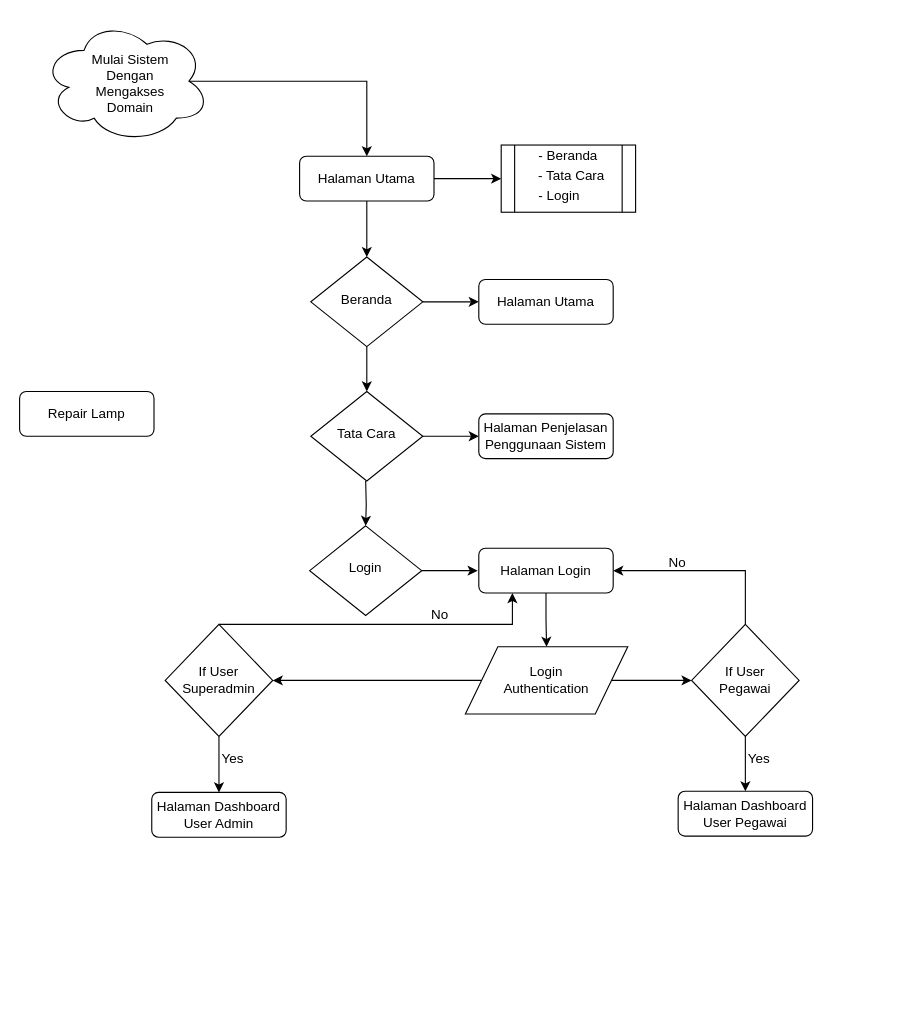
Earlier version of the draw.io diagram Untitled Diagram.drawio (gjhack13/simpegalgorithm). Source tidied: cells renumbered, new cells numbered last; positions are measured from the earlier drawing's top-left corner, leaving out a move shared by most shapes. Both pictures are drawn from the tidied source at 112%, with x=0, y=0 at pixel (19, 19).
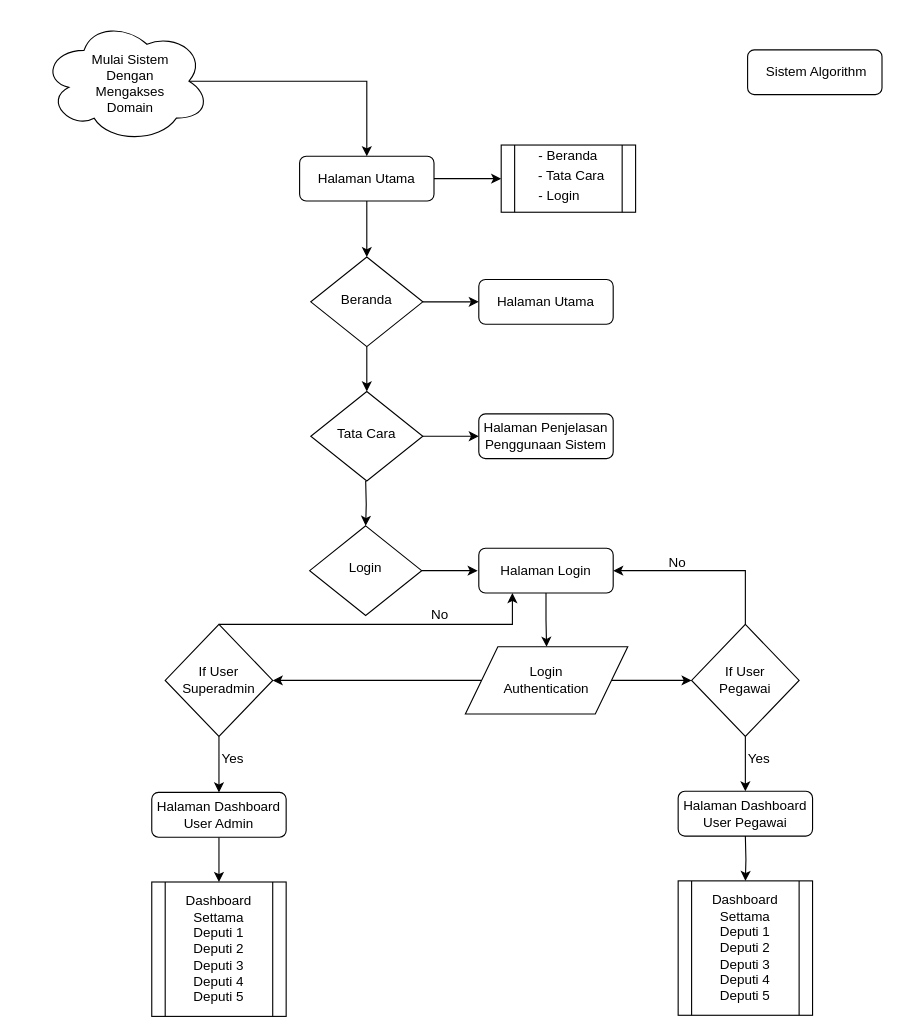
The same diagram, later.

Commit message:
Pembuatan alur algorithm Superadmin dan Pegawai

The change refers to these unchanged cells:
```xml
<mxCell id="36" value="Halaman Dashboard User Admin" style="rounded=1;whiteSpace=wrap;html=1;fontSize=12;glass=0;strokeWidth=1;shadow=0;" parent="1" vertex="1">
  <mxGeometry x="118" y="690" width="120" height="40" as="geometry" />
</mxCell>
```

Change to the diagram source:
```diff
@@
-    <mxCell id="11" value="Repair Lamp" style="rounded=1;whiteSpace=wrap;html=1;fontSize=12;glass=0;strokeWidth=1;shadow=0;" parent="1" vertex="1">
-      <mxGeometry y="332" width="120" height="40" as="geometry" />
+    <mxCell id="11" value="&amp;nbsp;Sistem Algorithm" style="rounded=1;whiteSpace=wrap;html=1;fontSize=12;glass=0;strokeWidth=1;shadow=0;" parent="1" vertex="1">
+      <mxGeometry x="650" y="27" width="120" height="40" as="geometry" />
     </mxCell>
@@
+    <mxCell id="40" style="edgeStyle=orthogonalEdgeStyle;rounded=0;jettySize=auto;html=1;exitX=0.5;exitY=1;exitDx=0;exitDy=0;entryX=0.5;entryY=0;entryDx=0;entryDy=0;" parent="1" edge="1" source="36" target="41">
+      <mxGeometry relative="1" as="geometry" />
+    </mxCell>
@@
+    <mxCell id="41" value="Dashboard&lt;br&gt;Settama&lt;br&gt;Deputi 1&lt;br&gt;Deputi 2&lt;br&gt;Deputi 3&lt;br&gt;Deputi 4&lt;br&gt;Deputi 5" style="shape=process;whiteSpace=wrap;html=1;backgroundOutline=1;" parent="1" vertex="1">
+      <mxGeometry x="118" y="770" width="120" height="120" as="geometry" />
+    </mxCell>
+    <mxCell id="42" style="edgeStyle=orthogonalEdgeStyle;rounded=0;jettySize=auto;html=1;exitX=0.5;exitY=1;exitDx=0;exitDy=0;entryX=0.5;entryY=0;entryDx=0;entryDy=0;" parent="1" edge="1" target="43">
+      <mxGeometry relative="1" as="geometry">
+        <mxPoint x="648" y="729" as="sourcePoint" />
+      </mxGeometry>
+    </mxCell>
+    <mxCell id="43" value="Dashboard&lt;br&gt;Settama&lt;br&gt;Deputi 1&lt;br&gt;Deputi 2&lt;br&gt;Deputi 3&lt;br&gt;Deputi 4&lt;br&gt;Deputi 5" style="shape=process;whiteSpace=wrap;html=1;backgroundOutline=1;" parent="1" vertex="1">
+      <mxGeometry x="588" y="769" width="120" height="120" as="geometry" />
+    </mxCell>
```
